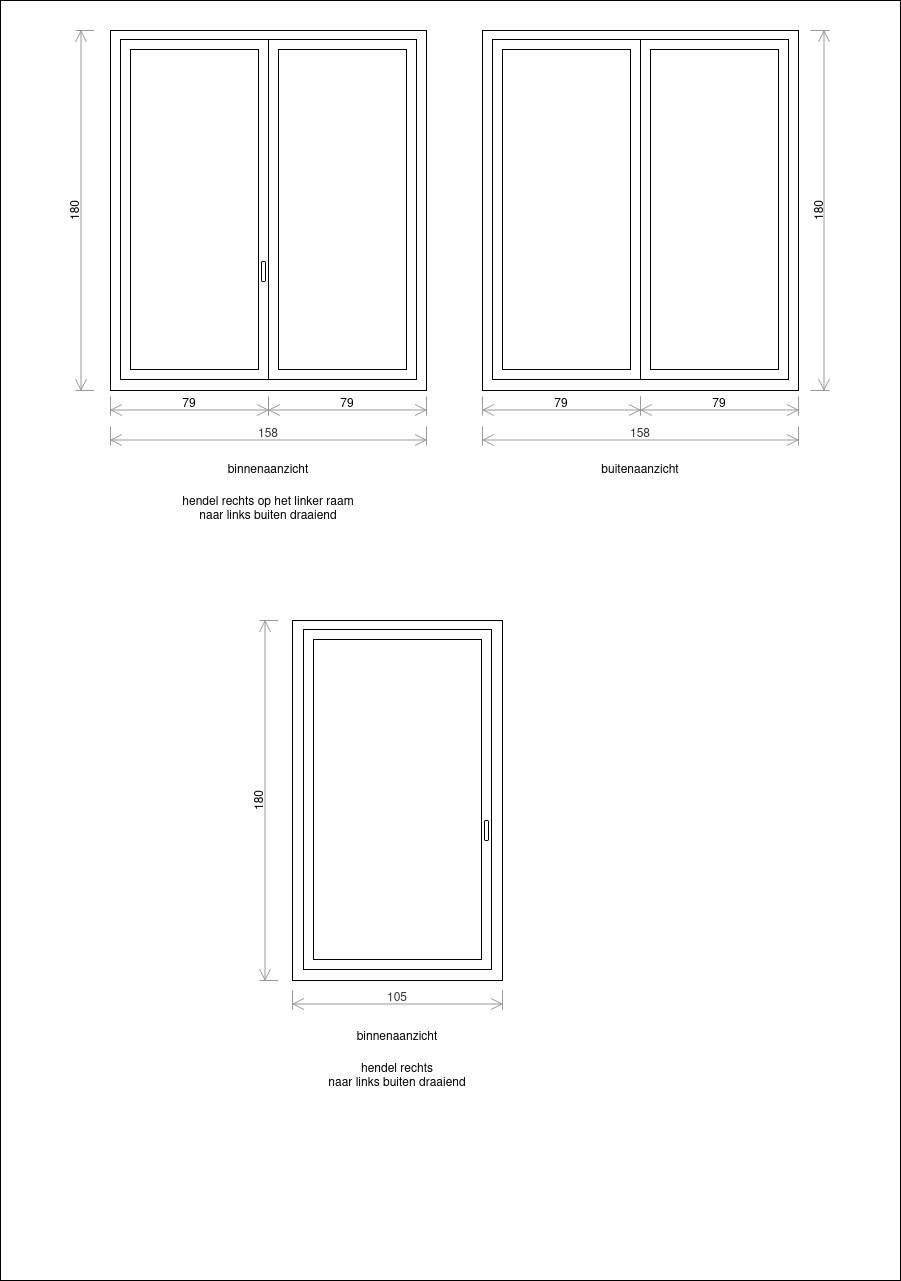
Earlier version of the draw.io export window.drawio.png (fckff/drawio). Source tidied: cells renumbered, new cells last; positions are measured from the earlier drawing's top-left corner, leaving out a move shared by most shapes.
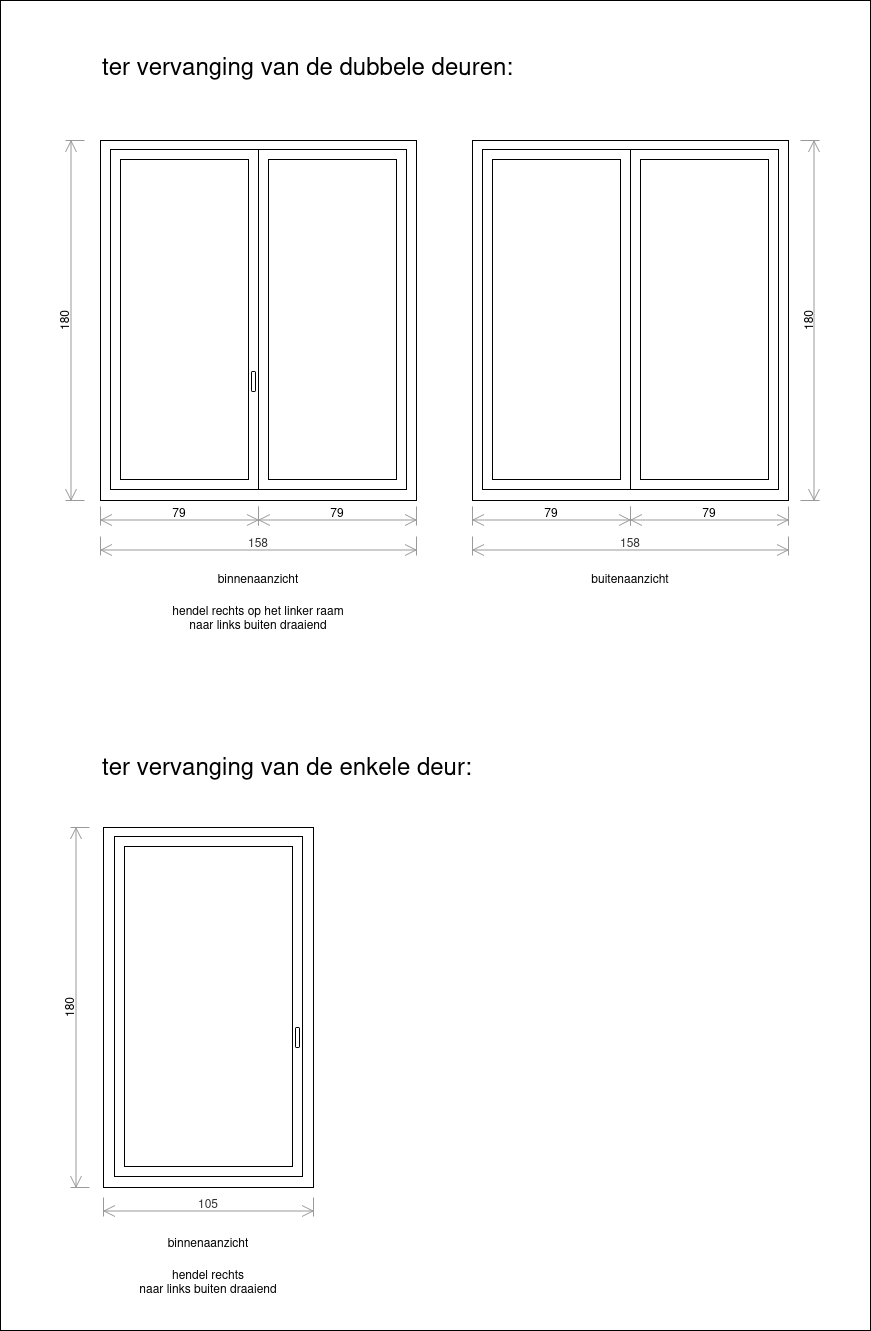
Later version of the same file.

The edit, as a diff of the source:
```diff
@@ -2,9 +2,9 @@
   <root>
     <mxCell id="0" />
     <mxCell id="1" parent="0" />
-    <mxCell id="2" style="whiteSpace=wrap;html=1;" parent="1" vertex="1">
-      <mxGeometry width="900" height="1280" as="geometry" />
-    </mxCell>
+    <mxCell id="35" style="rounded=0;whiteSpace=wrap;html=1;" parent="1" vertex="1">
+      <mxGeometry x="10" y="-110" width="870" height="1330" as="geometry" />
+    </mxCell>
     <mxCell id="3" style="whiteSpace=wrap;html=1;" parent="1" vertex="1">
       <mxGeometry x="110" y="30" width="316" height="360" as="geometry" />
     </mxCell>
@@ -78,28 +78,34 @@
       <mxGeometry x="482" y="396" width="158" height="19" as="geometry" />
     </mxCell>
     <mxCell id="27" style="whiteSpace=wrap;html=1;" parent="1" vertex="1">
-      <mxGeometry x="292" y="620" width="210" height="360" as="geometry" />
+      <mxGeometry x="113" y="717" width="210" height="360" as="geometry" />
     </mxCell>
     <mxCell id="28" style="rounded=0;whiteSpace=wrap;html=1;" parent="1" vertex="1">
-      <mxGeometry x="303" y="629" width="188" height="340" as="geometry" />
+      <mxGeometry x="124" y="726" width="188" height="340" as="geometry" />
     </mxCell>
     <mxCell id="29" style="rounded=0;whiteSpace=wrap;html=1;" parent="1" vertex="1">
-      <mxGeometry x="313" y="639" width="168" height="320" as="geometry" />
+      <mxGeometry x="134" y="736" width="168" height="320" as="geometry" />
     </mxCell>
     <mxCell id="30" style="rounded=1;whiteSpace=wrap;html=1;" parent="1" vertex="1">
-      <mxGeometry x="484" y="820" width="4" height="20" as="geometry" />
+      <mxGeometry x="305" y="917" width="4" height="20" as="geometry" />
     </mxCell>
     <mxCell id="31" value="105" style="shape=dimension;whiteSpace=wrap;html=1;align=center;verticalAlign=bottom;spacingBottom=3;labelBackgroundColor=none;fillColor=#f5f5f5;fontColor=#333333;strokeColor=#999999;" parent="1" vertex="1">
-      <mxGeometry x="292" y="990" width="210" height="19" as="geometry" />
+      <mxGeometry x="113" y="1087" width="210" height="19" as="geometry" />
     </mxCell>
     <mxCell id="32" value="180" style="shape=dimension;direction=south;whiteSpace=wrap;html=1;align=center;verticalAlign=top;labelBackgroundColor=none;horizontal=0;spacingTop=-15;strokeColor=#999999;" parent="1" vertex="1">
-      <mxGeometry x="259" y="620" width="19" height="360" as="geometry" />
+      <mxGeometry x="80" y="717" width="19" height="360" as="geometry" />
     </mxCell>
     <mxCell id="33" value="&lt;div&gt;binnenaanzicht&lt;/div&gt;" style="text;html=1;strokeColor=none;fillColor=none;align=center;verticalAlign=middle;whiteSpace=wrap;rounded=0;" parent="1" vertex="1">
-      <mxGeometry x="239" y="1020" width="316" height="30" as="geometry" />
+      <mxGeometry x="60" y="1117" width="316" height="30" as="geometry" />
     </mxCell>
     <mxCell id="34" value="&lt;div&gt;hendel rechts&lt;/div&gt;&lt;div&gt;naar links buiten draaiend&lt;br&gt;&lt;/div&gt;" style="text;html=1;strokeColor=none;fillColor=none;align=center;verticalAlign=middle;whiteSpace=wrap;rounded=0;" parent="1" vertex="1">
-      <mxGeometry x="239" y="1059" width="316" height="30" as="geometry" />
+      <mxGeometry x="60" y="1156" width="316" height="30" as="geometry" />
     </mxCell>
+    <mxCell id="36" value="ter vervanging van de dubbele deuren:" style="text;html=1;strokeColor=none;fillColor=none;align=left;verticalAlign=middle;whiteSpace=wrap;rounded=0;fontSize=24;" parent="1" vertex="1">
+      <mxGeometry x="110" y="-60" width="500" height="30" as="geometry" />
+    </mxCell>
+    <mxCell id="37" value="ter vervanging van de enkele deur:" style="text;html=1;strokeColor=none;fillColor=none;align=left;verticalAlign=middle;whiteSpace=wrap;rounded=0;fontSize=24;" parent="1" vertex="1">
+      <mxGeometry x="110" y="640" width="500" height="30" as="geometry" />
+    </mxCell>
   </root>
 </mxGraphModel>
```
